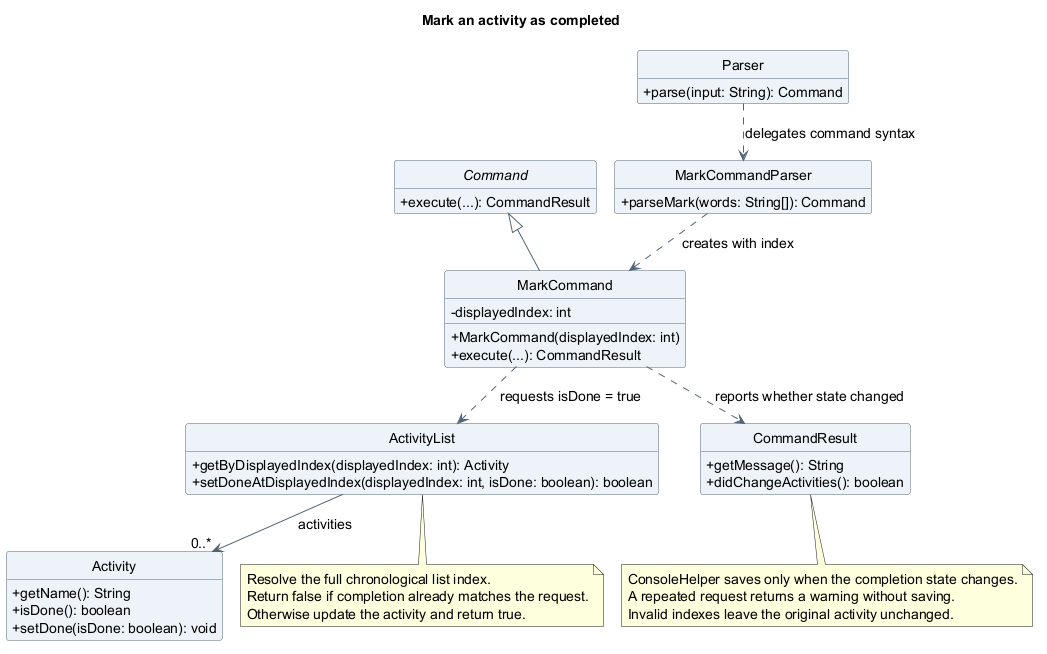
Earlier version of the PlantUML export docs/images/oliver/class/MarkActivityClassDiagram.png (AY2627S1-CS2113-T10-4/tp).
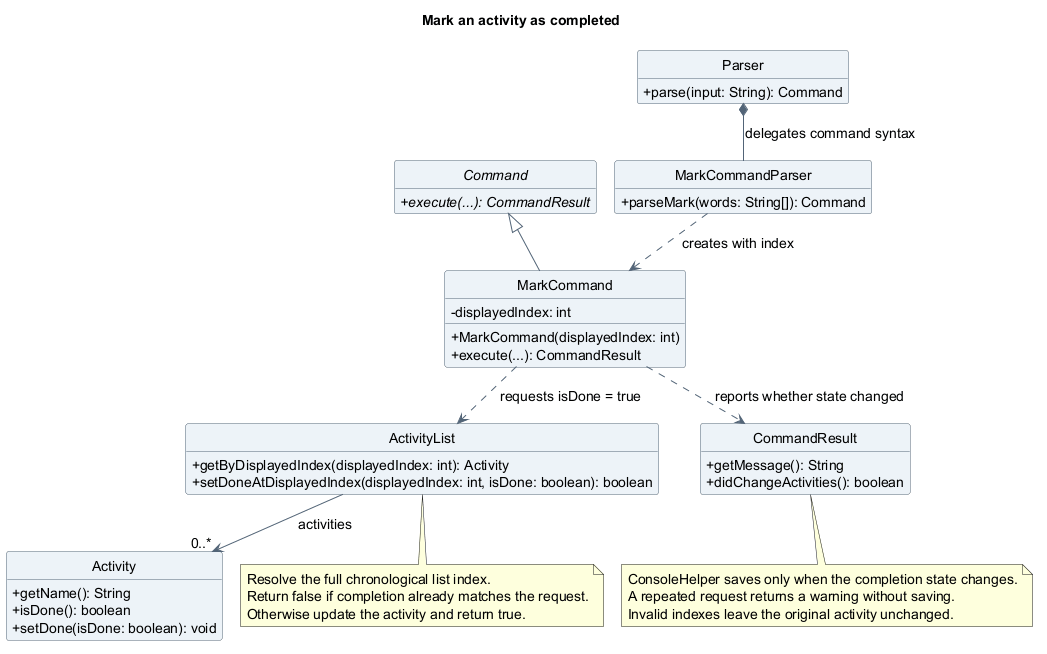
The same file after the commit.

Diff of the diagram source:
```diff
@@ -13,7 +13,7 @@
 hide empty members
 
 abstract class Command {
-  +execute(...): CommandResult
+  {abstract} +execute(...): CommandResult
 }
 class Parser {
   +parse(input: String): Command
@@ -40,7 +40,7 @@
   +didChangeActivities(): boolean
 }
 Command <|-- MarkCommand
-Parser ..> MarkCommandParser : delegates command syntax
+Parser *-- MarkCommandParser : delegates command syntax
 MarkCommandParser ..> MarkCommand : creates with index
 MarkCommand ..> ActivityList : requests isDone = true
 MarkCommand ..> CommandResult : reports whether state changed
```
